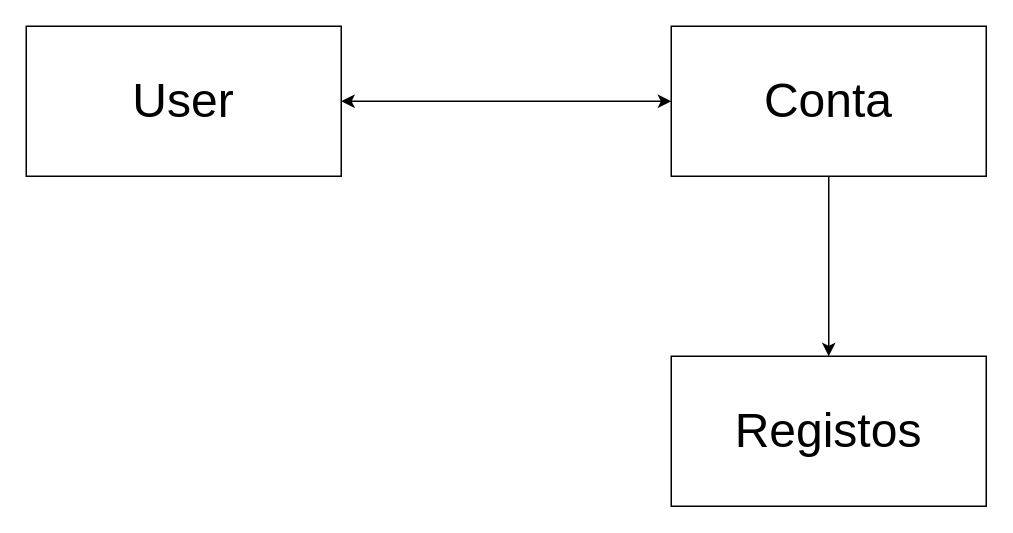
SrKile/ESficha4-2025 keeps this draw.io diagram as page "Modelo de Dominio" (1 of 2) of ESficha4-2025.drawio. Above is the earlier version. Source tidied: cells renumbered, new cells numbered last; positions are measured from the earlier drawing's top-left corner, leaving out a move shared by most shapes. Both pictures are drawn from the tidied source at 150%, with x=0, y=0 at pixel (26, 26).
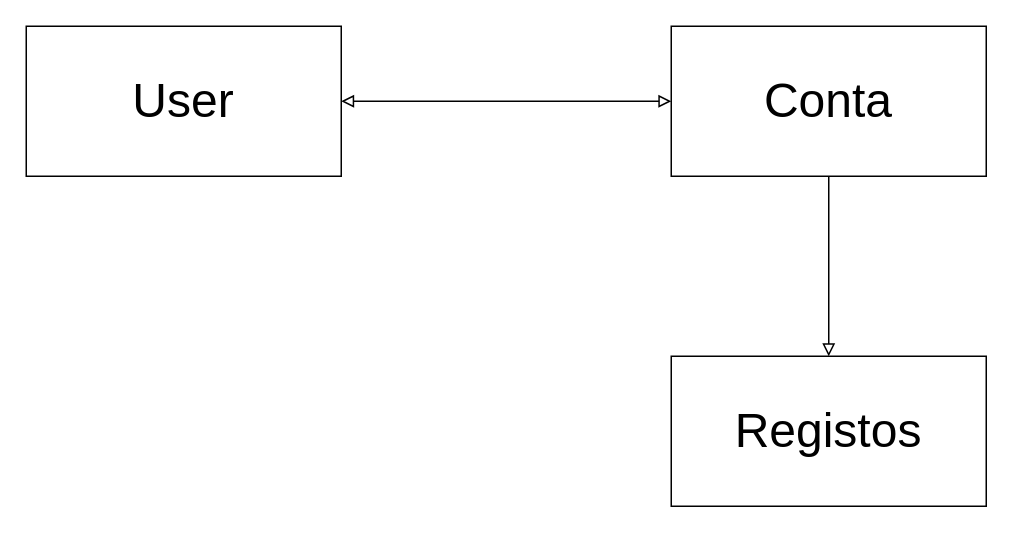
Above is the later version.

Diff of the diagram source:
```diff
@@
 <mxGraphModel>
   <root>
     <mxCell id="0" />
     <mxCell id="1" parent="0" />
-    <mxCell id="2" style="edgeStyle=orthogonalEdgeStyle;rounded=0;jettySize=auto;html=1;startArrow=classic;startFill=1;" parent="1" edge="1" source="3" target="5">
+    <mxCell id="2" style="edgeStyle=orthogonalEdgeStyle;rounded=0;jettySize=auto;html=1;startArrow=block;startFill=0;endArrow=block;endFill=0;" parent="1" edge="1" source="3" target="5">
       <mxGeometry relative="1" as="geometry" />
     </mxCell>
     <mxCell id="3" value="&lt;font style=&quot;font-size: 32px;&quot;&gt;User&lt;/font&gt;" style="rounded=0;whiteSpace=wrap;html=1;" parent="1" vertex="1">
       <mxGeometry width="210" height="100" as="geometry" />
     </mxCell>
-    <mxCell id="4" style="edgeStyle=orthogonalEdgeStyle;rounded=0;jettySize=auto;html=1;" parent="1" edge="1" source="5" target="6">
+    <mxCell id="4" style="edgeStyle=orthogonalEdgeStyle;rounded=0;jettySize=auto;html=1;endArrow=block;endFill=0;" parent="1" edge="1" source="5" target="6">
       <mxGeometry relative="1" as="geometry" />
     </mxCell>
     <mxCell id="5" value="&lt;font style=&quot;font-size: 32px;&quot;&gt;Conta&lt;/font&gt;" style="rounded=0;whiteSpace=wrap;html=1;" parent="1" vertex="1">
       <mxGeometry x="430" width="210" height="100" as="geometry" />
     </mxCell>
     <mxCell id="6" value="&lt;font style=&quot;font-size: 32px;&quot;&gt;Registos&lt;/font&gt;" style="rounded=0;whiteSpace=wrap;html=1;" parent="1" vertex="1">
       <mxGeometry x="430" y="220" width="210" height="100" as="geometry" />
     </mxCell>
   </root>
 </mxGraphModel>
```
